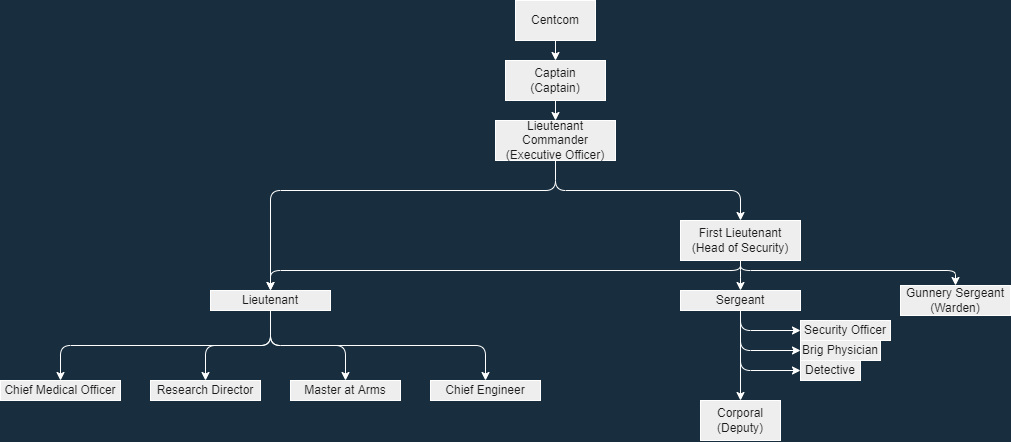
Bobbanz1/The-NSV-Chart keeps this draw.io diagram as ChainofCommandJobs.drawio.png. Above is the earlier version. Source tidied: cells renumbered, new cells last; positions are measured from the earlier drawing's top-left corner, leaving out a move shared by most shapes.
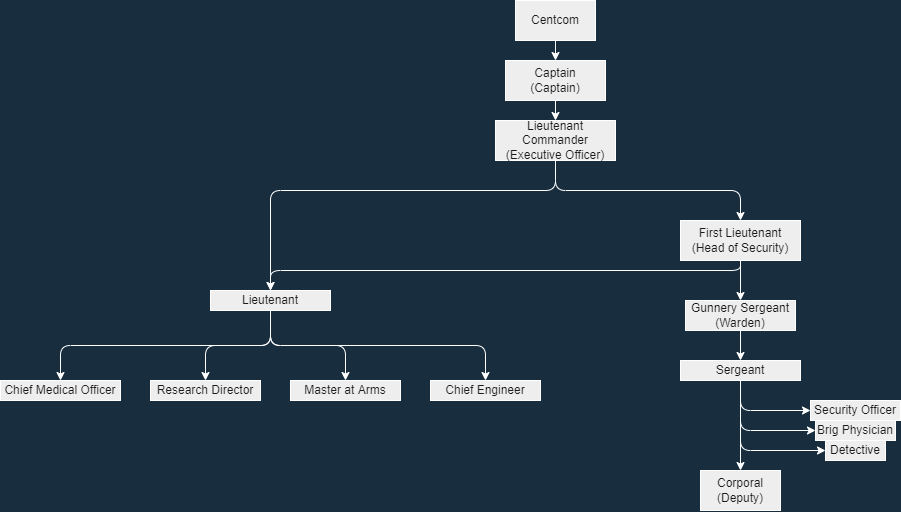
Later version of the same file.

Diff of the diagram source:
```diff
@@ -28,45 +28,40 @@
     <mxCell id="8" value="Lieutenant Commander&lt;br&gt;(Executive Officer)" style="rounded=0;whiteSpace=wrap;html=1;fillColor=#EEEEEE;strokeColor=#FFFFFF;fontColor=#1A1A1A;gradientColor=none;" parent="1" vertex="1">
       <mxGeometry x="495" y="120" width="120" height="40" as="geometry" />
     </mxCell>
-    <mxCell id="9" style="edgeStyle=orthogonalEdgeStyle;curved=0;rounded=1;sketch=0;jettySize=auto;html=1;fontColor=#FFFFFF;strokeColor=#FFFFFF;" parent="1" edge="1" source="12" target="28">
-      <mxGeometry relative="1" as="geometry" />
-    </mxCell>
+    <mxCell id="11" style="edgeStyle=orthogonalEdgeStyle;curved=0;rounded=1;sketch=0;jettySize=auto;html=1;entryX=0.5;entryY=0;entryDx=0;entryDy=0;fontColor=#FFFFFF;strokeColor=#FFFFFF;exitX=0.5;exitY=1;exitDx=0;exitDy=0;" parent="1" edge="1" source="12" target="23">
+      <mxGeometry relative="1" as="geometry">
+        <Array as="points">
+          <mxPoint x="740" y="270" />
+          <mxPoint x="270" y="270" />
+        </Array>
+      </mxGeometry>
+    </mxCell>
-    <mxCell id="10" style="edgeStyle=orthogonalEdgeStyle;curved=0;rounded=1;sketch=0;jettySize=auto;html=1;fontColor=#FFFFFF;strokeColor=#FFFFFF;exitX=0.5;exitY=1;exitDx=0;exitDy=0;entryX=0.5;entryY=0;entryDx=0;entryDy=0;" parent="1" edge="1" source="12" target="13">
-      <mxGeometry relative="1" as="geometry">
-        <Array as="points">
-          <mxPoint x="740" y="270" />
-          <mxPoint x="955" y="270" />
-        </Array>
-      </mxGeometry>
+    <mxCell id="10" style="edgeStyle=orthogonalEdgeStyle;rounded=0;jettySize=auto;html=1;exitX=0.5;exitY=1;exitDx=0;exitDy=0;entryX=0.5;entryY=0;entryDx=0;entryDy=0;fontFamily=Audiowide;fontColor=#FFFFFF;strokeColor=#FFFFFF;" parent="1" edge="1" source="12" target="13">
+      <mxGeometry relative="1" as="geometry" />
     </mxCell>
-    <mxCell id="11" style="edgeStyle=orthogonalEdgeStyle;curved=0;rounded=1;sketch=0;jettySize=auto;html=1;entryX=0.5;entryY=0;entryDx=0;entryDy=0;fontColor=#FFFFFF;strokeColor=#FFFFFF;exitX=0.5;exitY=1;exitDx=0;exitDy=0;" parent="1" edge="1" source="12" target="23">
-      <mxGeometry relative="1" as="geometry">
-        <Array as="points">
-          <mxPoint x="740" y="270" />
-          <mxPoint x="270" y="270" />
-        </Array>
-      </mxGeometry>
-    </mxCell>
     <mxCell id="12" value="First Lieutenant&lt;br&gt;(Head of Security)" style="rounded=0;whiteSpace=wrap;html=1;fillColor=#EEEEEE;strokeColor=#FFFFFF;fontColor=#1A1A1A;gradientColor=none;" parent="1" vertex="1">
       <mxGeometry x="680" y="220" width="120" height="40" as="geometry" />
     </mxCell>
+    <mxCell id="32" style="edgeStyle=orthogonalEdgeStyle;rounded=0;jettySize=auto;html=1;exitX=0.5;exitY=1;exitDx=0;exitDy=0;entryX=0.5;entryY=0;entryDx=0;entryDy=0;fontFamily=Audiowide;fontColor=#FFFFFF;strokeColor=#FFFFFF;" parent="1" edge="1" source="13" target="28">
+      <mxGeometry relative="1" as="geometry" />
+    </mxCell>
     <mxCell id="13" value="Gunnery Sergeant&lt;br&gt;(Warden)" style="rounded=0;whiteSpace=wrap;html=1;fillColor=#EEEEEE;strokeColor=#FFFFFF;fontColor=#1A1A1A;gradientColor=none;" parent="1" vertex="1">
-      <mxGeometry x="900" y="285" width="110" height="30" as="geometry" />
+      <mxGeometry x="685" y="300" width="110" height="30" as="geometry" />
     </mxCell>
     <mxCell id="14" style="edgeStyle=orthogonalEdgeStyle;curved=0;rounded=1;sketch=0;jettySize=auto;html=1;fontColor=#FFFFFF;strokeColor=#FFFFFF;" parent="1" edge="1" source="28" target="18">
       <mxGeometry relative="1" as="geometry" />
     </mxCell>
     <mxCell id="15" value="Security Officer" style="whiteSpace=wrap;html=1;fillColor=#EEEEEE;strokeColor=#FFFFFF;fontColor=#1A1A1A;rounded=0;gradientColor=none;" parent="1" vertex="1">
-      <mxGeometry x="800" y="320" width="90" height="20" as="geometry" />
+      <mxGeometry x="810" y="400" width="90" height="20" as="geometry" />
     </mxCell>
     <mxCell id="16" value="Brig Physician" style="whiteSpace=wrap;html=1;fillColor=#EEEEEE;strokeColor=#FFFFFF;fontColor=#1A1A1A;rounded=0;gradientColor=none;" parent="1" vertex="1">
-      <mxGeometry x="800" y="340" width="80" height="20" as="geometry" />
+      <mxGeometry x="815" y="420" width="80" height="20" as="geometry" />
     </mxCell>
     <mxCell id="17" value="Detective" style="whiteSpace=wrap;html=1;fillColor=#EEEEEE;strokeColor=#FFFFFF;fontColor=#1A1A1A;rounded=0;gradientColor=none;" parent="1" vertex="1">
-      <mxGeometry x="800" y="360" width="60" height="20" as="geometry" />
+      <mxGeometry x="825" y="440" width="60" height="20" as="geometry" />
     </mxCell>
     <mxCell id="18" value="Corporal&lt;br&gt;(Deputy)" style="rounded=0;whiteSpace=wrap;html=1;fillColor=#EEEEEE;strokeColor=#FFFFFF;fontColor=#1A1A1A;gradientColor=none;" parent="1" vertex="1">
-      <mxGeometry x="700" y="400" width="80" height="40" as="geometry" />
+      <mxGeometry x="700" y="470" width="80" height="40" as="geometry" />
     </mxCell>
     <mxCell id="19" style="edgeStyle=orthogonalEdgeStyle;curved=0;rounded=1;sketch=0;jettySize=auto;html=1;exitX=0.5;exitY=1;exitDx=0;exitDy=0;entryX=0.5;entryY=0;entryDx=0;entryDy=0;fontColor=#FFFFFF;strokeColor=#FFFFFF;" parent="1" edge="1" source="23" target="24">
       <mxGeometry relative="1" as="geometry" />
@@ -90,13 +85,17 @@
       <mxGeometry relative="1" as="geometry" />
     </mxCell>
     <mxCell id="26" style="edgeStyle=orthogonalEdgeStyle;curved=0;rounded=1;sketch=0;jettySize=auto;html=1;exitX=0.5;exitY=1;exitDx=0;exitDy=0;entryX=0;entryY=0.5;entryDx=0;entryDy=0;fontColor=#FFFFFF;strokeColor=#FFFFFF;" parent="1" edge="1" source="28" target="16">
-      <mxGeometry relative="1" as="geometry" />
+      <mxGeometry relative="1" as="geometry">
+        <Array as="points">
+          <mxPoint x="740" y="430" />
+        </Array>
+      </mxGeometry>
     </mxCell>
     <mxCell id="27" style="edgeStyle=orthogonalEdgeStyle;curved=0;rounded=1;sketch=0;jettySize=auto;html=1;exitX=0.5;exitY=1;exitDx=0;exitDy=0;entryX=0;entryY=0.5;entryDx=0;entryDy=0;fontColor=#FFFFFF;strokeColor=#FFFFFF;" parent="1" edge="1" source="28" target="17">
       <mxGeometry relative="1" as="geometry" />
     </mxCell>
     <mxCell id="28" value="Sergeant" style="rounded=0;whiteSpace=wrap;html=1;fillColor=#EEEEEE;strokeColor=#FFFFFF;fontColor=#1A1A1A;gradientColor=none;" parent="1" vertex="1">
-      <mxGeometry x="680" y="290" width="120" height="20" as="geometry" />
+      <mxGeometry x="680" y="360" width="120" height="20" as="geometry" />
     </mxCell>
     <mxCell id="29" value="Chief Engineer" style="whiteSpace=wrap;html=1;fillColor=#EEEEEE;strokeColor=#FFFFFF;fontColor=#1A1A1A;rounded=0;gradientColor=none;" parent="1" vertex="1">
       <mxGeometry x="430" y="380" width="110" height="20" as="geometry" />
```
